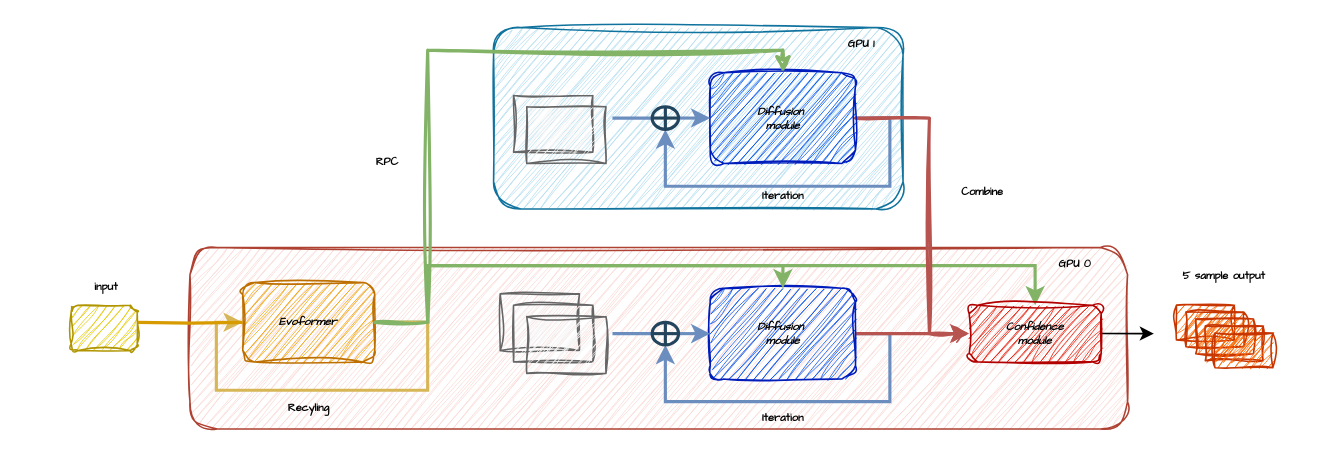
The draw.io diagram assets/未命名绘图.drawio in ShizhongP/dl-notes, before the edit. Source tidied: cells renumbered, new cells numbered last; positions are measured from the earlier drawing's top-left corner, leaving out a move shared by most shapes. Both pictures are drawn from the tidied source at 157%, with x=0, y=0 at pixel (27, 27).
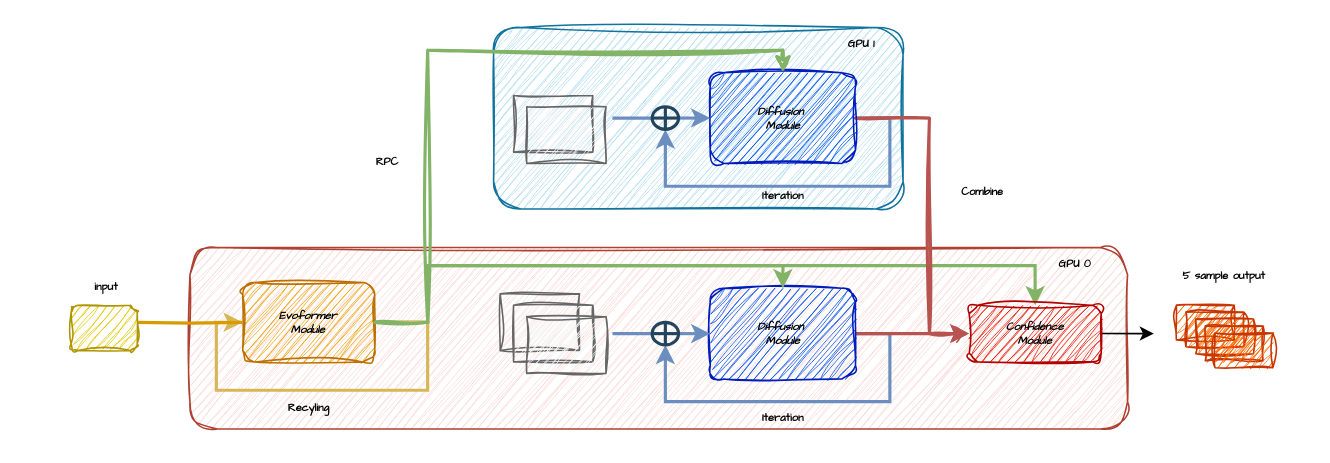
Above is the later version.

Commit message:
更新未命名绘图.drawio

Unchanged cells that the change refers to:
```xml
<mxCell id="2" style="group;fontSize=7;" parent="1" vertex="1">
  <mxGeometry width="813" height="260" as="geometry" />
</mxCell>
```

What changed in the source:
```diff
@@
-    <mxCell id="7" value="&lt;i&gt;&lt;b&gt;&lt;font style=&quot;color: rgb(0, 0, 0);&quot;&gt;Diffusion&amp;nbsp;&lt;/font&gt;&lt;/b&gt;&lt;/i&gt;&lt;div&gt;&lt;i&gt;&lt;b&gt;&lt;font style=&quot;color: rgb(0, 0, 0);&quot;&gt;module&lt;/font&gt;&lt;/b&gt;&lt;/i&gt;&lt;/div&gt;" style="rounded=1;whiteSpace=wrap;html=1;fillColor=#0050ef;strokeColor=#001DBC;sketch=1;curveFitting=1;jiggle=2;fontColor=#ffffff;fontFamily=Comic Sans MS;fontSize=7;" parent="2" vertex="1">
+    <mxCell id="7" value="&lt;i&gt;&lt;b&gt;&lt;font style=&quot;color: rgb(0, 0, 0);&quot;&gt;Diffusion&amp;nbsp;&lt;/font&gt;&lt;/b&gt;&lt;/i&gt;&lt;div&gt;&lt;i&gt;&lt;b&gt;&lt;font style=&quot;color: rgb(0, 0, 0);&quot;&gt;Module&lt;/font&gt;&lt;/b&gt;&lt;/i&gt;&lt;/div&gt;" style="rounded=1;whiteSpace=wrap;html=1;fillColor=#0050ef;strokeColor=#001DBC;sketch=1;curveFitting=1;jiggle=2;fontColor=#ffffff;fontFamily=Comic Sans MS;fontSize=7;" parent="2" vertex="1">
       <mxGeometry x="434.9" y="166.1" width="92.5" height="57.8" as="geometry" />
     </mxCell>
@@
-    <mxCell id="10" value="&lt;b&gt;&lt;i&gt;Evoformer&lt;/i&gt;&lt;/b&gt;" style="rounded=1;whiteSpace=wrap;html=1;fillColor=#f0a30a;strokeColor=#BD7000;sketch=1;curveFitting=1;jiggle=2;fontColor=#000000;fontFamily=Comic Sans MS;fontSize=7;" parent="2" vertex="1">
+    <mxCell id="10" value="&lt;b&gt;&lt;i&gt;Evoformer&lt;/i&gt;&lt;/b&gt;&lt;div&gt;&lt;b&gt;&lt;i&gt;Module&lt;/i&gt;&lt;/b&gt;&lt;/div&gt;" style="rounded=1;whiteSpace=wrap;html=1;fillColor=#f0a30a;strokeColor=#BD7000;sketch=1;curveFitting=1;jiggle=2;fontColor=#000000;fontFamily=Comic Sans MS;fontSize=7;" parent="2" vertex="1">
       <mxGeometry x="137.1" y="162.5" width="84.1" height="50.6" as="geometry" />
     </mxCell>
@@
-    <mxCell id="23" value="&lt;i&gt;&lt;b&gt;&lt;font style=&quot;color: rgb(0, 0, 0);&quot;&gt;Diffusion&amp;nbsp;&lt;/font&gt;&lt;/b&gt;&lt;/i&gt;&lt;div&gt;&lt;i&gt;&lt;b&gt;&lt;font style=&quot;color: rgb(0, 0, 0);&quot;&gt;module&lt;/font&gt;&lt;/b&gt;&lt;/i&gt;&lt;/div&gt;" style="rounded=1;whiteSpace=wrap;html=1;fillColor=#0050ef;strokeColor=#001DBC;sketch=1;curveFitting=1;jiggle=2;fontColor=#ffffff;fontFamily=Comic Sans MS;fontSize=7;" parent="2" vertex="1">
+    <mxCell id="23" value="&lt;i&gt;&lt;b&gt;&lt;font style=&quot;color: rgb(0, 0, 0);&quot;&gt;Diffusion&amp;nbsp;&lt;/font&gt;&lt;/b&gt;&lt;/i&gt;&lt;div&gt;&lt;i&gt;&lt;b&gt;&lt;font style=&quot;color: rgb(0, 0, 0);&quot;&gt;Module&lt;/font&gt;&lt;/b&gt;&lt;/i&gt;&lt;/div&gt;" style="rounded=1;whiteSpace=wrap;html=1;fillColor=#0050ef;strokeColor=#001DBC;sketch=1;curveFitting=1;jiggle=2;fontColor=#ffffff;fontFamily=Comic Sans MS;fontSize=7;" parent="2" vertex="1">
       <mxGeometry x="434.9" y="28.8" width="92.5" height="57.8" as="geometry" />
     </mxCell>
@@
-    <mxCell id="34" value="&lt;b&gt;&lt;i&gt;&lt;font style=&quot;color: rgb(0, 0, 0);&quot;&gt;Confidence&lt;br&gt;module&lt;/font&gt;&lt;/i&gt;&lt;/b&gt;" style="rounded=1;whiteSpace=wrap;html=1;fillColor=#e51400;strokeColor=#B20000;sketch=1;curveFitting=1;jiggle=2;fontColor=#ffffff;fontFamily=Comic Sans MS;fontSize=7;" parent="2" vertex="1">
+    <mxCell id="34" value="&lt;b&gt;&lt;i&gt;&lt;font style=&quot;color: rgb(0, 0, 0);&quot;&gt;Confidence&lt;br&gt;Module&lt;/font&gt;&lt;/i&gt;&lt;/b&gt;" style="rounded=1;whiteSpace=wrap;html=1;fillColor=#e51400;strokeColor=#B20000;sketch=1;curveFitting=1;jiggle=2;fontColor=#ffffff;fontFamily=Comic Sans MS;fontSize=7;" parent="2" vertex="1">
       <mxGeometry x="599.8" y="176.9" width="84.1" height="36.1" as="geometry" />
     </mxCell>
```
